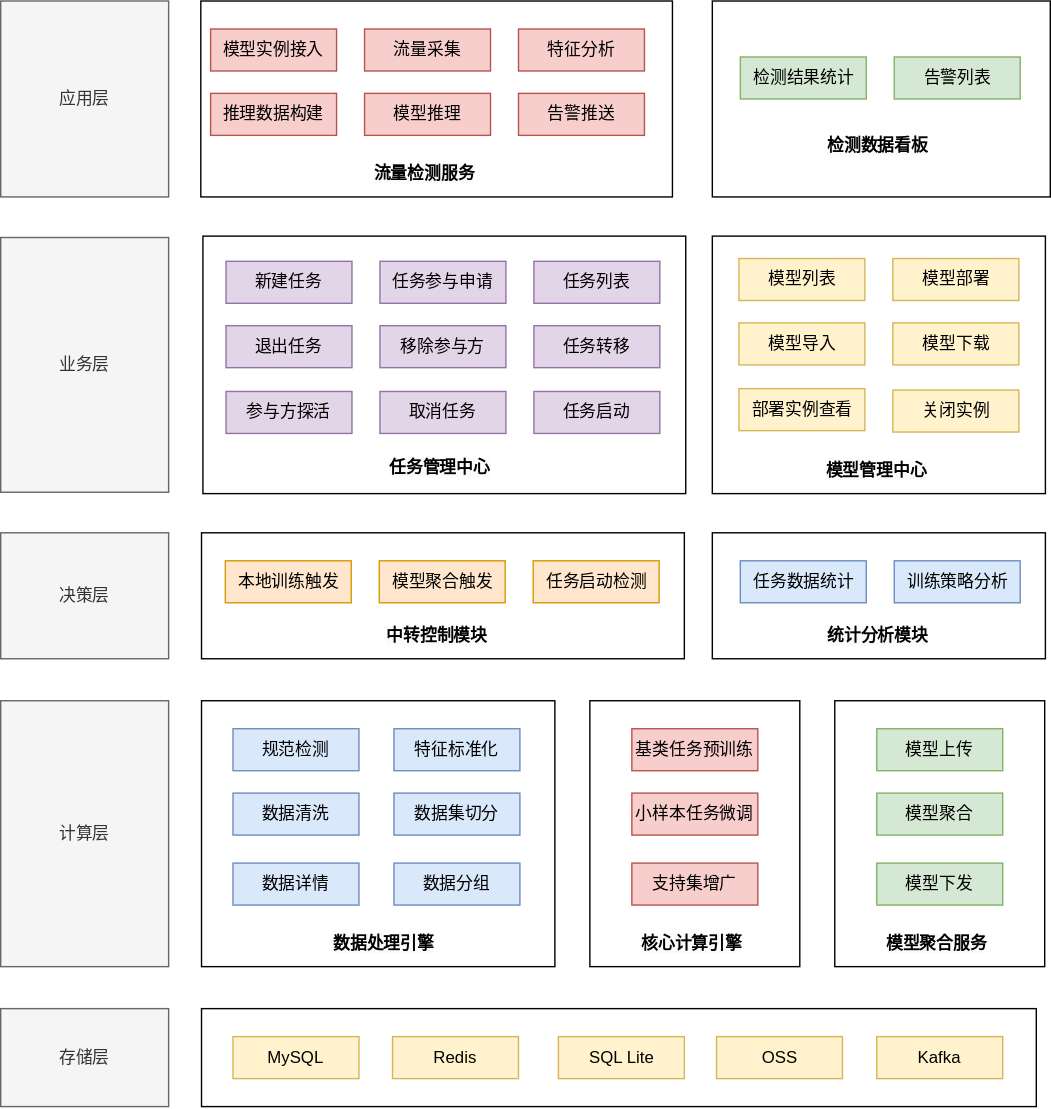
This is 系统架构.svg from hiro942/drawio, a draw.io export, as it was before one commit. Source tidied: cells renumbered, new cells last; positions are measured from the earlier drawing's top-left corner, leaving out a move shared by most shapes.
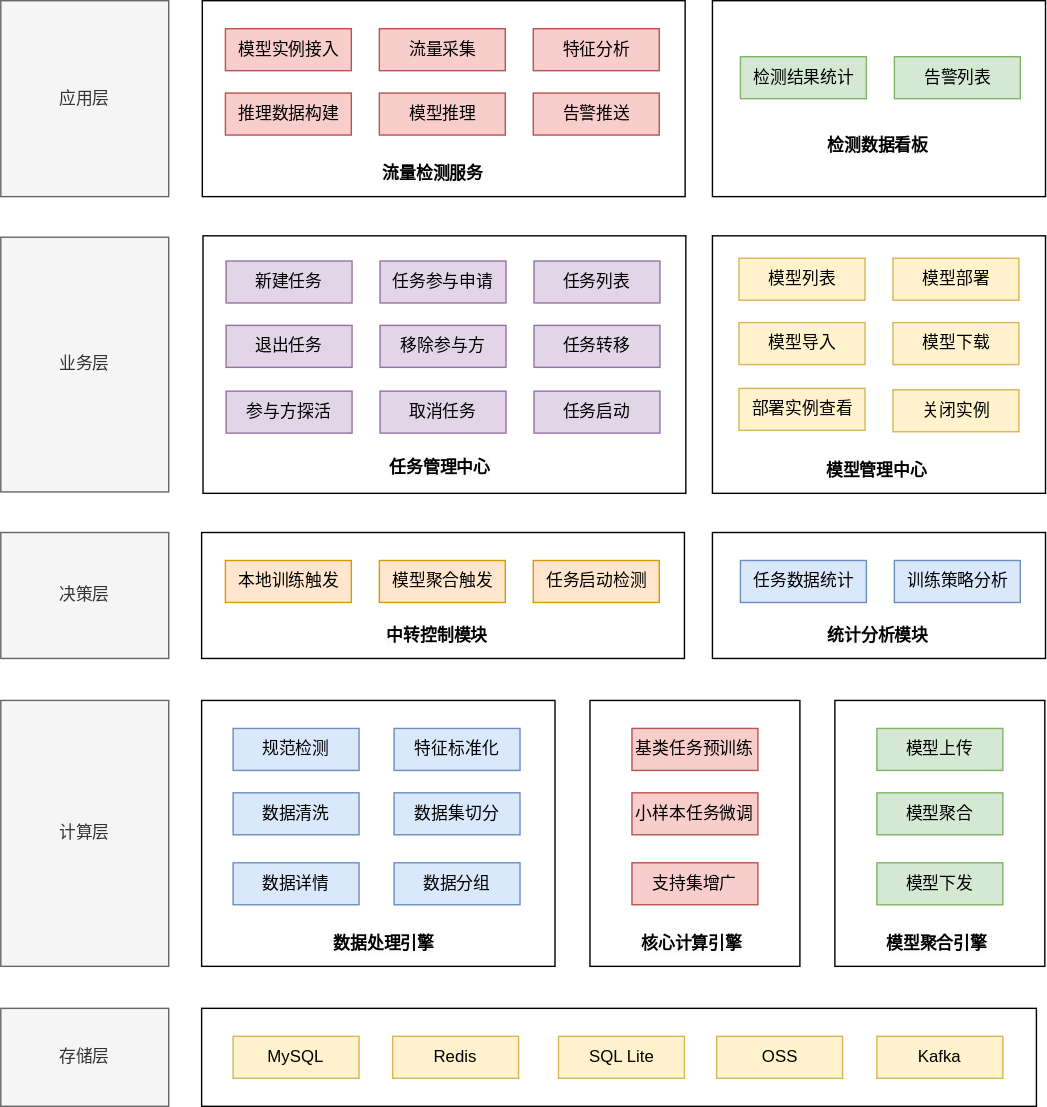
The same diagram one commit later.

Commit message:
更新系统架构.svg

Change to the diagram source:
```diff
@@ -3,10 +3,10 @@
     <mxCell id="0" />
     <mxCell id="1" parent="0" />
     <mxCell id="2" style="rounded=0;whiteSpace=wrap;html=1;" parent="1" vertex="1">
-      <mxGeometry x="508.5" width="241.5" height="140" as="geometry" />
+      <mxGeometry x="508.5" width="238" height="140" as="geometry" />
     </mxCell>
     <mxCell id="3" style="rounded=0;whiteSpace=wrap;html=1;" parent="1" vertex="1">
-      <mxGeometry x="143" width="337" height="140" as="geometry" />
+      <mxGeometry x="144" width="345" height="140" as="geometry" />
     </mxCell>
     <mxCell id="4" style="rounded=0;whiteSpace=wrap;html=1;" parent="1" vertex="1">
       <mxGeometry x="508.5" y="168" width="238" height="184" as="geometry" />
@@ -102,22 +102,22 @@
       <mxGeometry x="528.5" y="40" width="90" height="30" as="geometry" />
     </mxCell>
     <mxCell id="35" value="流量采集" style="rounded=0;whiteSpace=wrap;html=1;fillColor=#f8cecc;strokeColor=#b85450;" parent="1" vertex="1">
-      <mxGeometry x="260" y="20" width="90" height="30" as="geometry" />
+      <mxGeometry x="270.5" y="20" width="90" height="30" as="geometry" />
     </mxCell>
     <mxCell id="36" value="特征分析" style="rounded=0;whiteSpace=wrap;html=1;fillColor=#f8cecc;strokeColor=#b85450;" parent="1" vertex="1">
-      <mxGeometry x="370" y="20" width="90" height="30" as="geometry" />
+      <mxGeometry x="380.5" y="20" width="90" height="30" as="geometry" />
     </mxCell>
     <mxCell id="37" value="推理数据构建" style="rounded=0;whiteSpace=wrap;html=1;fillColor=#f8cecc;strokeColor=#b85450;" parent="1" vertex="1">
-      <mxGeometry x="150" y="66" width="90" height="30" as="geometry" />
+      <mxGeometry x="160.5" y="66" width="90" height="30" as="geometry" />
     </mxCell>
     <mxCell id="38" value="模型推理" style="rounded=0;whiteSpace=wrap;html=1;fillColor=#f8cecc;strokeColor=#b85450;" parent="1" vertex="1">
-      <mxGeometry x="260" y="66" width="90" height="30" as="geometry" />
+      <mxGeometry x="270.5" y="66" width="90" height="30" as="geometry" />
     </mxCell>
     <mxCell id="39" value="告警推送" style="rounded=0;whiteSpace=wrap;html=1;fillColor=#f8cecc;strokeColor=#b85450;" parent="1" vertex="1">
-      <mxGeometry x="370" y="66" width="90" height="30" as="geometry" />
+      <mxGeometry x="380.5" y="66" width="90" height="30" as="geometry" />
     </mxCell>
     <mxCell id="40" value="模型实例接入" style="rounded=0;whiteSpace=wrap;html=1;fillColor=#f8cecc;strokeColor=#b85450;" parent="1" vertex="1">
-      <mxGeometry x="150" y="20" width="90" height="30" as="geometry" />
+      <mxGeometry x="160.5" y="20" width="90" height="30" as="geometry" />
     </mxCell>
     <mxCell id="41" value="模型上传" style="rounded=0;whiteSpace=wrap;html=1;fillColor=#d5e8d4;strokeColor=#82b366;" parent="1" vertex="1">
       <mxGeometry x="626" y="520" width="90" height="30" as="geometry" />
@@ -161,7 +161,7 @@
     <mxCell id="54" value="&lt;span style=&quot;color: rgb(0, 0, 0); font-family: Helvetica; font-size: 12px; font-style: normal; font-variant-ligatures: normal; font-variant-caps: normal; letter-spacing: normal; orphans: 2; text-align: center; text-indent: 0px; text-transform: none; widows: 2; word-spacing: 0px; -webkit-text-stroke-width: 0px; background-color: rgb(251, 251, 251); text-decoration-thickness: initial; text-decoration-style: initial; text-decoration-color: initial; float: none; display: inline !important;&quot;&gt;&lt;b&gt;核心计算引擎&lt;/b&gt;&lt;/span&gt;" style="text;whiteSpace=wrap;html=1;" parent="1" vertex="1">
       <mxGeometry x="456" y="660" width="80" height="30" as="geometry" />
     </mxCell>
-    <mxCell id="55" value="&lt;span style=&quot;color: rgb(0, 0, 0); font-family: Helvetica; font-size: 12px; font-style: normal; font-variant-ligatures: normal; font-variant-caps: normal; letter-spacing: normal; orphans: 2; text-align: center; text-indent: 0px; text-transform: none; widows: 2; word-spacing: 0px; -webkit-text-stroke-width: 0px; background-color: rgb(251, 251, 251); text-decoration-thickness: initial; text-decoration-style: initial; text-decoration-color: initial; float: none; display: inline !important;&quot;&gt;&lt;b&gt;模型聚合服务&lt;/b&gt;&lt;/span&gt;" style="text;whiteSpace=wrap;html=1;" parent="1" vertex="1">
+    <mxCell id="55" value="&lt;span style=&quot;color: rgb(0, 0, 0); font-family: Helvetica; font-size: 12px; font-style: normal; font-variant-ligatures: normal; font-variant-caps: normal; letter-spacing: normal; orphans: 2; text-align: center; text-indent: 0px; text-transform: none; widows: 2; word-spacing: 0px; -webkit-text-stroke-width: 0px; background-color: rgb(251, 251, 251); text-decoration-thickness: initial; text-decoration-style: initial; text-decoration-color: initial; float: none; display: inline !important;&quot;&gt;&lt;b&gt;模型聚合引擎&lt;/b&gt;&lt;/span&gt;" style="text;whiteSpace=wrap;html=1;" parent="1" vertex="1">
       <mxGeometry x="631" y="660" width="80" height="30" as="geometry" />
     </mxCell>
     <mxCell id="56" value="&lt;span style=&quot;color: rgb(0, 0, 0); font-family: Helvetica; font-size: 12px; font-style: normal; font-variant-ligatures: normal; font-variant-caps: normal; letter-spacing: normal; orphans: 2; text-align: center; text-indent: 0px; text-transform: none; widows: 2; word-spacing: 0px; -webkit-text-stroke-width: 0px; background-color: rgb(251, 251, 251); text-decoration-thickness: initial; text-decoration-style: initial; text-decoration-color: initial; float: none; display: inline !important;&quot;&gt;&lt;b&gt;统计分析模块&lt;/b&gt;&lt;/span&gt;" style="text;whiteSpace=wrap;html=1;" parent="1" vertex="1">
@@ -171,7 +171,7 @@
       <mxGeometry x="273.5" y="440" width="80" height="30" as="geometry" />
     </mxCell>
     <mxCell id="58" value="&lt;span style=&quot;color: rgb(0, 0, 0); font-family: Helvetica; font-size: 12px; font-style: normal; font-variant-ligatures: normal; font-variant-caps: normal; letter-spacing: normal; orphans: 2; text-align: center; text-indent: 0px; text-transform: none; widows: 2; word-spacing: 0px; -webkit-text-stroke-width: 0px; background-color: rgb(251, 251, 251); text-decoration-thickness: initial; text-decoration-style: initial; text-decoration-color: initial; float: none; display: inline !important;&quot;&gt;&lt;b&gt;流量检测服务&lt;/b&gt;&lt;/span&gt;" style="text;whiteSpace=wrap;html=1;" parent="1" vertex="1">
-      <mxGeometry x="265" y="110" width="90" height="30" as="geometry" />
+      <mxGeometry x="270.5" y="110" width="90" height="30" as="geometry" />
     </mxCell>
     <mxCell id="59" value="计算层" style="rounded=0;whiteSpace=wrap;html=1;fillColor=#f5f5f5;fontColor=#333333;strokeColor=#666666;" parent="1" vertex="1">
       <mxGeometry y="500" width="120" height="190" as="geometry" />
```
